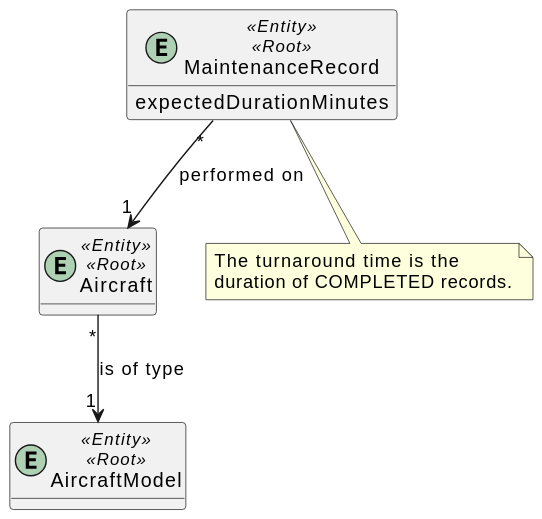
This is docs/sytem-documentation/US221/svg/US221-DM.svg from caetanotiago/PSOFT, a PlantUML export, as it was before one commit.
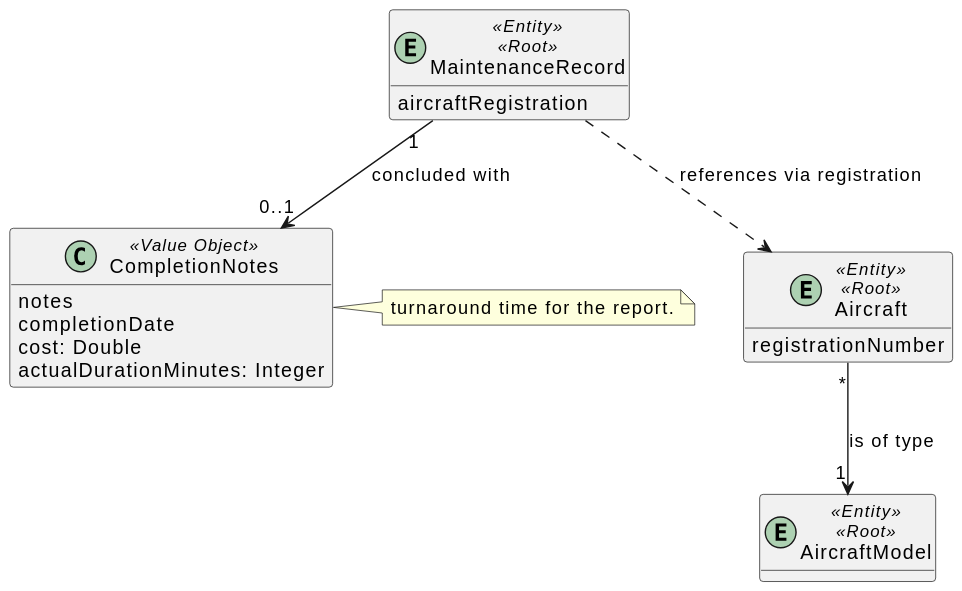
Later version of the same file.

Change to the diagram source:
```diff
@@ -2,16 +2,26 @@
 hide methods
 
 entity AircraftModel <<Entity>> <<Root>>
-entity Aircraft <<Entity>> <<Root>>
+entity Aircraft <<Entity>> <<Root>> {
+  registrationNumber
+}
+
 entity MaintenanceRecord <<Entity>> <<Root>> {
-  expectedDurationMinutes
+  aircraftRegistration
+}
+
+class CompletionNotes <<Value Object>> {
+  notes
+  completionDate
+  cost: Double
+  actualDurationMinutes: Integer
 }
 
 Aircraft "*" --> "1" AircraftModel : is of type
-MaintenanceRecord "*" --> "1" Aircraft : performed on
+MaintenanceRecord "1" --> "0..1" CompletionNotes : concluded with
+MaintenanceRecord ..> Aircraft : references via registration
 
-note bottom of MaintenanceRecord
-  The turnaround time is the
-  duration of COMPLETED records.
+note right of CompletionNotes
+  turnaround time for the report.
 end note
 @enduml
```
